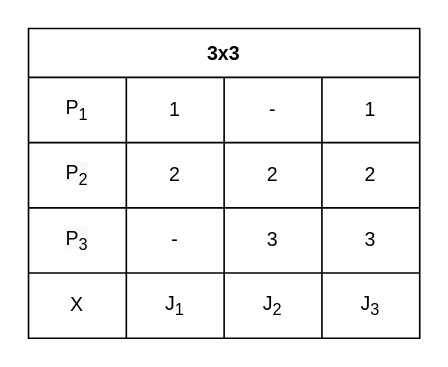
Before: job_machine_matrix.drawio in felixstillger/draw_io, a draw.io diagram. Source tidied: cells renumbered, new cells numbered last; positions are measured from the earlier drawing's top-left corner, leaving out a move shared by most shapes. Both pictures are drawn from the tidied source at 163%, with x=0, y=0 at pixel (28, 28).
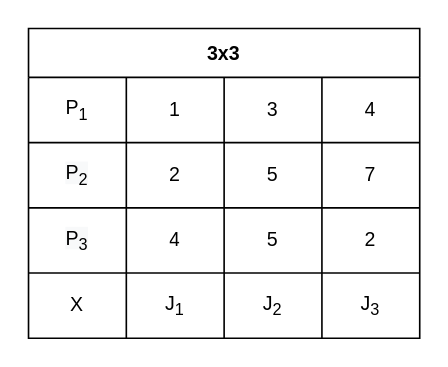
Above is the later version.

The change refers to these unchanged cells:
```xml
<mxCell id="3" style="shape=tableRow;horizontal=0;startSize=0;swimlaneHead=0;swimlaneBody=0;top=0;left=0;bottom=0;right=0;fillColor=none;" parent="2" vertex="1">
  <mxGeometry y="30" width="240" height="40" as="geometry" />
</mxCell>
<mxCell id="8" style="shape=tableRow;horizontal=0;startSize=0;swimlaneHead=0;swimlaneBody=0;top=0;left=0;bottom=0;right=0;fillColor=none;" parent="2" vertex="1">
  <mxGeometry y="70" width="240" height="40" as="geometry" />
</mxCell>
<mxCell id="13" style="shape=tableRow;horizontal=0;startSize=0;swimlaneHead=0;swimlaneBody=0;top=0;left=0;bottom=0;right=0;fillColor=none;" parent="2" vertex="1">
  <mxGeometry y="110" width="240" height="40" as="geometry" />
</mxCell>
```

The edit, as a diff of the source:
```diff
@@
-    <mxCell id="6" value="-" style="shape=partialRectangle;html=1;whiteSpace=wrap;fillColor=none;top=0;left=0;bottom=0;right=0;overflow=hidden;" parent="3" vertex="1">
+    <mxCell id="6" value="3" style="shape=partialRectangle;html=1;whiteSpace=wrap;fillColor=none;top=0;left=0;bottom=0;right=0;overflow=hidden;" parent="3" vertex="1">
       <mxGeometry x="120" width="60" height="40" as="geometry" />
     </mxCell>
-    <mxCell id="7" value="1" style="shape=partialRectangle;html=1;whiteSpace=wrap;fillColor=none;top=0;left=0;bottom=0;right=0;overflow=hidden;" parent="3" vertex="1">
+    <mxCell id="7" value="4" style="shape=partialRectangle;html=1;whiteSpace=wrap;fillColor=none;top=0;left=0;bottom=0;right=0;overflow=hidden;" parent="3" vertex="1">
       <mxGeometry x="180" width="60" height="40" as="geometry" />
     </mxCell>
@@
-    <mxCell id="11" value="2" style="shape=partialRectangle;html=1;whiteSpace=wrap;fillColor=none;top=0;left=0;bottom=0;right=0;overflow=hidden;" parent="8" vertex="1">
+    <mxCell id="11" value="5" style="shape=partialRectangle;html=1;whiteSpace=wrap;fillColor=none;top=0;left=0;bottom=0;right=0;overflow=hidden;" parent="8" vertex="1">
       <mxGeometry x="120" width="60" height="40" as="geometry" />
     </mxCell>
-    <mxCell id="12" value="2" style="shape=partialRectangle;html=1;whiteSpace=wrap;fillColor=none;top=0;left=0;bottom=0;right=0;overflow=hidden;" parent="8" vertex="1">
+    <mxCell id="12" value="7" style="shape=partialRectangle;html=1;whiteSpace=wrap;fillColor=none;top=0;left=0;bottom=0;right=0;overflow=hidden;" parent="8" vertex="1">
       <mxGeometry x="180" width="60" height="40" as="geometry" />
     </mxCell>
@@
-    <mxCell id="15" value="-" style="shape=partialRectangle;html=1;whiteSpace=wrap;fillColor=none;top=0;left=0;bottom=0;right=0;overflow=hidden;" parent="13" vertex="1">
+    <mxCell id="15" value="4" style="shape=partialRectangle;html=1;whiteSpace=wrap;fillColor=none;top=0;left=0;bottom=0;right=0;overflow=hidden;" parent="13" vertex="1">
       <mxGeometry x="60" width="60" height="40" as="geometry" />
     </mxCell>
-    <mxCell id="16" value="3" style="shape=partialRectangle;html=1;whiteSpace=wrap;fillColor=none;top=0;left=0;bottom=0;right=0;overflow=hidden;" parent="13" vertex="1">
+    <mxCell id="16" value="5" style="shape=partialRectangle;html=1;whiteSpace=wrap;fillColor=none;top=0;left=0;bottom=0;right=0;overflow=hidden;" parent="13" vertex="1">
       <mxGeometry x="120" width="60" height="40" as="geometry" />
     </mxCell>
-    <mxCell id="17" value="3" style="shape=partialRectangle;html=1;whiteSpace=wrap;fillColor=none;top=0;left=0;bottom=0;right=0;overflow=hidden;" parent="13" vertex="1">
+    <mxCell id="17" value="2" style="shape=partialRectangle;html=1;whiteSpace=wrap;fillColor=none;top=0;left=0;bottom=0;right=0;overflow=hidden;" parent="13" vertex="1">
       <mxGeometry x="180" width="60" height="40" as="geometry" />
     </mxCell>
```
